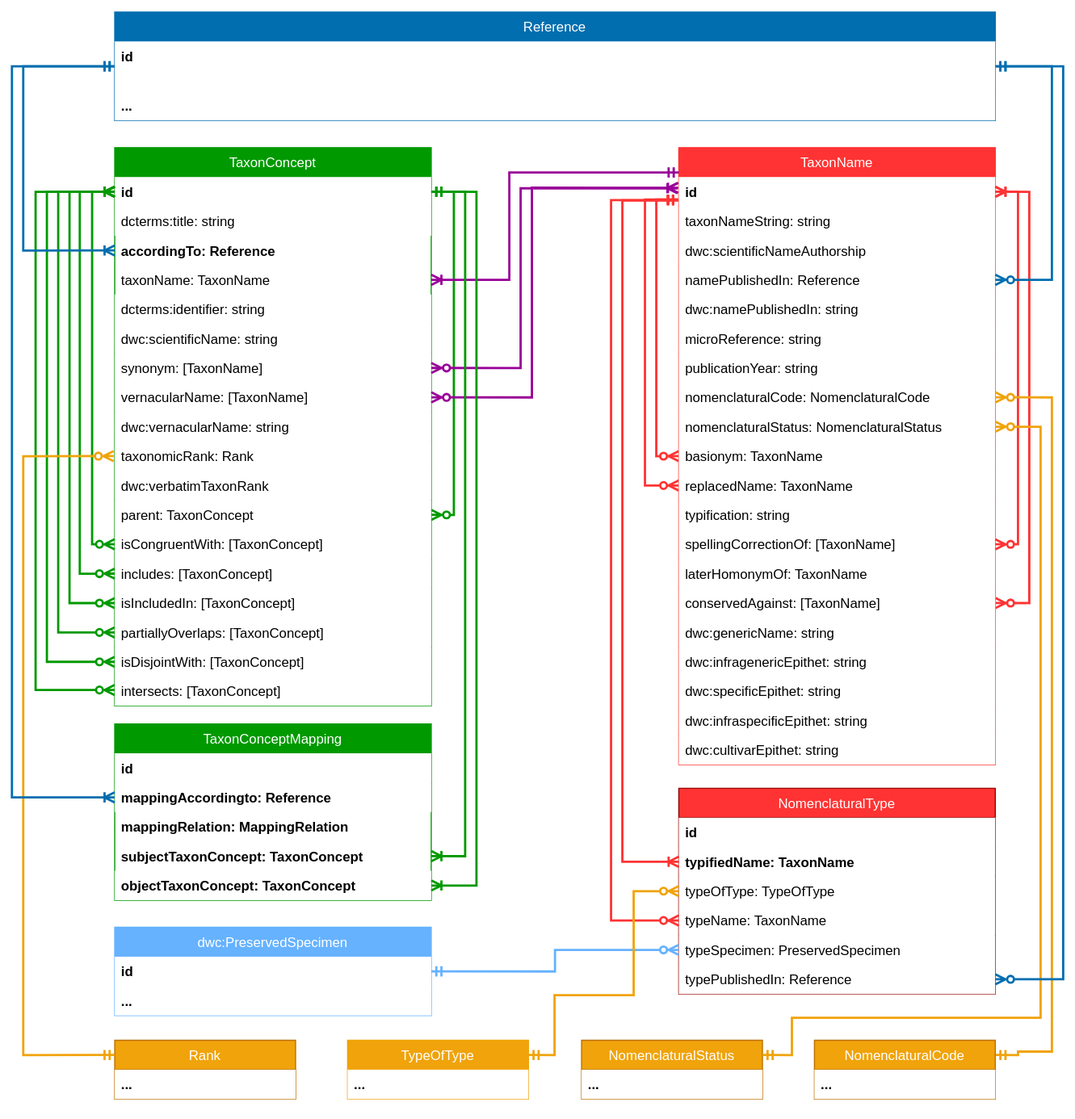
This is docs/media/tcs-diagram-20240511.drawio.svg from tdwg/tcs2, a draw.io export, as it was before one commit. Source tidied: cells renumbered, new cells last; positions are measured from the earlier drawing's top-left corner, leaving out a move shared by most shapes.
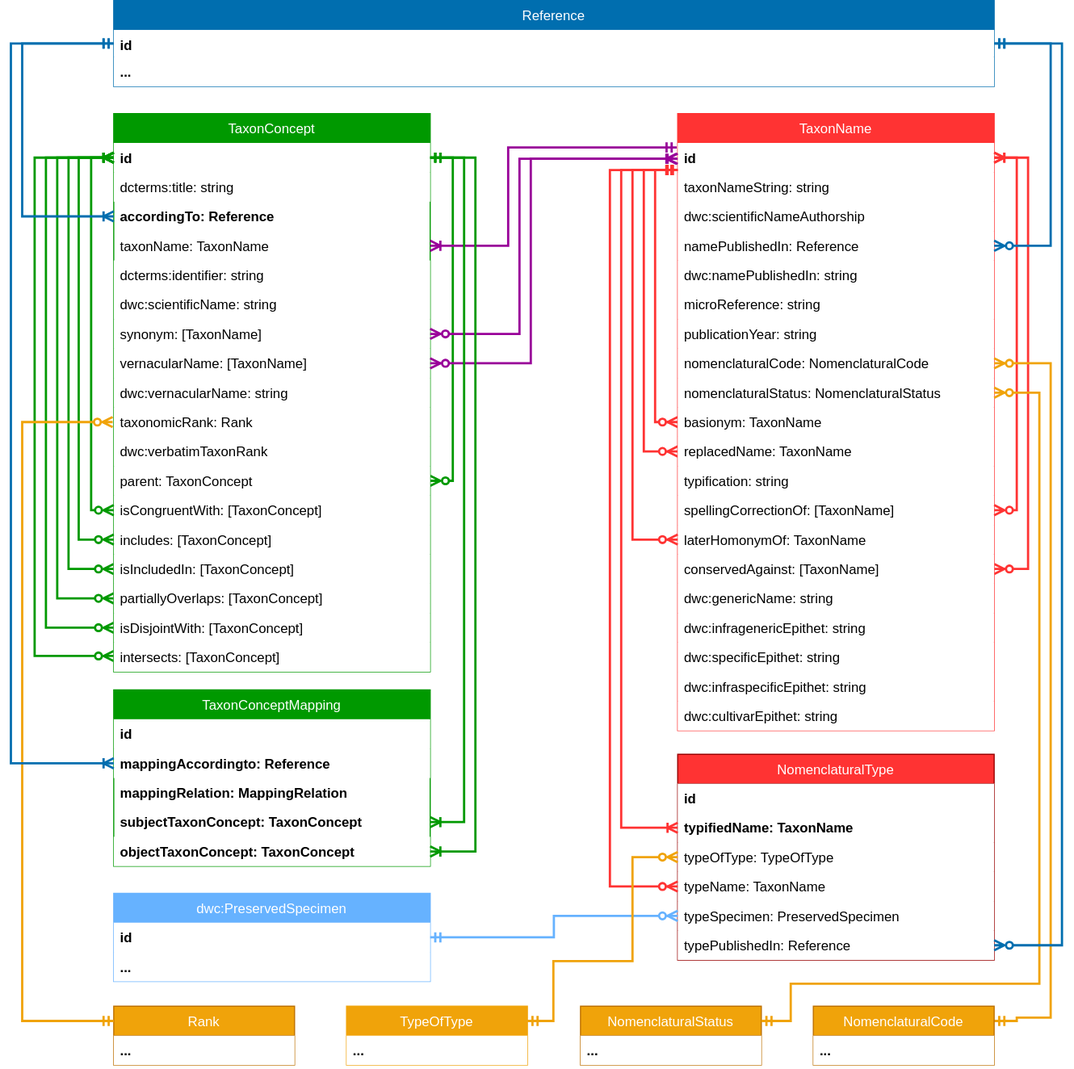
Later version of the same file.

Commit message:
update TCS diagram

What changed in the source:
```diff
@@ -145,24 +145,24 @@
     <mxCell id="37" value="nomenclaturalStatus: NomenclaturalStatus" style="text;strokeColor=none;align=left;verticalAlign=top;spacingLeft=4;spacingRight=4;overflow=hidden;points=[[0,0.5],[1,0.5]];portConstraint=eastwest;fillColor=#ffffff;" parent="28" vertex="1">
       <mxGeometry y="234" width="280" height="26" as="geometry" />
     </mxCell>
-    <mxCell id="38" style="edgeStyle=orthogonalEdgeStyle;rounded=0;jettySize=auto;html=1;entryX=-0.002;entryY=0.786;entryDx=0;entryDy=0;strokeWidth=2;strokeColor=#FF3333;startArrow=ERzeroToMany;endArrow=ERmandOne;exitX=0;exitY=0.5;exitDx=0;exitDy=0;entryPerimeter=0;" parent="28" edge="1" source="39" target="29">
+    <mxCell id="38" style="edgeStyle=orthogonalEdgeStyle;rounded=0;jettySize=auto;html=1;strokeWidth=2;strokeColor=#FF3333;startArrow=ERzeroToMany;endArrow=ERmandOne;exitX=0;exitY=0.5;exitDx=0;exitDy=0;" parent="28" edge="1" source="39">
       <mxGeometry relative="1" as="geometry">
+        <mxPoint x="-1" y="50" as="targetPoint" />
         <Array as="points">
           <mxPoint x="-20" y="273" />
-          <mxPoint x="-20" y="46" />
-          <mxPoint x="-1" y="46" />
+          <mxPoint x="-20" y="50" />
         </Array>
       </mxGeometry>
     </mxCell>
     <mxCell id="39" value="basionym: TaxonName&#10;" style="text;strokeColor=none;align=left;verticalAlign=top;spacingLeft=4;spacingRight=4;overflow=hidden;points=[[0,0.5],[1,0.5]];portConstraint=eastwest;fillColor=#ffffff;" parent="28" vertex="1">
       <mxGeometry y="260" width="280" height="26" as="geometry" />
     </mxCell>
-    <mxCell id="40" style="edgeStyle=orthogonalEdgeStyle;rounded=0;jettySize=auto;html=1;exitX=0;exitY=0.5;exitDx=0;exitDy=0;entryX=-0.002;entryY=0.762;entryDx=0;entryDy=0;strokeColor=#FF3333;strokeWidth=2;startArrow=ERzeroToMany;endArrow=ERmandOne;entryPerimeter=0;" parent="28" edge="1" source="41" target="29">
+    <mxCell id="40" style="edgeStyle=orthogonalEdgeStyle;rounded=0;jettySize=auto;html=1;exitX=0;exitY=0.5;exitDx=0;exitDy=0;strokeColor=#FF3333;strokeWidth=2;startArrow=ERzeroToMany;endArrow=ERmandOne;" parent="28" edge="1" source="41">
       <mxGeometry relative="1" as="geometry">
+        <mxPoint x="-1" y="50" as="targetPoint" />
         <Array as="points">
           <mxPoint x="-30" y="299" />
-          <mxPoint x="-30" y="46" />
-          <mxPoint x="-1" y="46" />
+          <mxPoint x="-30" y="50" />
         </Array>
       </mxGeometry>
     </mxCell>
@@ -260,12 +260,12 @@
     <mxCell id="68" value="..." style="text;strokeColor=none;align=left;verticalAlign=top;spacingLeft=4;spacingRight=4;overflow=hidden;fontStyle=1;fillColor=#ffffff;" parent="67" vertex="1">
       <mxGeometry y="26" width="160" height="26" as="geometry" />
     </mxCell>
-    <mxCell id="69" style="edgeStyle=orthogonalEdgeStyle;rounded=0;jettySize=auto;html=1;endArrow=ERmandOne;startArrow=ERoneToMany;exitX=1;exitY=0.5;exitDx=0;exitDy=0;strokeColor=#990099;strokeWidth=2;startFill=0;" parent="1" edge="1" source="6">
+    <mxCell id="69" style="edgeStyle=orthogonalEdgeStyle;rounded=0;jettySize=auto;html=1;endArrow=ERmandOne;startArrow=ERoneToMany;exitX=1;exitY=0.5;exitDx=0;exitDy=0;strokeColor=#990099;strokeWidth=2;startFill=0;entryX=-0.003;entryY=0.191;entryDx=0;entryDy=0;entryPerimeter=0;" parent="1" edge="1" source="6" target="29">
       <mxGeometry relative="1" as="geometry">
-        <mxPoint x="600" y="152" as="targetPoint" />
         <Array as="points">
           <mxPoint x="450" y="247" />
-          <mxPoint x="450" y="152" />
+          <mxPoint x="450" y="160" />
+          <mxPoint x="599" y="160" />
         </Array>
       </mxGeometry>
     </mxCell>
@@ -273,7 +273,7 @@
       <mxGeometry relative="1" as="geometry">
         <Array as="points">
           <mxPoint x="20" y="221" />
-          <mxPoint x="20" y="58" />
+          <mxPoint x="20" y="68" />
         </Array>
       </mxGeometry>
     </mxCell>
@@ -281,23 +281,25 @@
       <mxGeometry relative="1" as="geometry">
         <Array as="points">
           <mxPoint x="930" y="247" />
-          <mxPoint x="930" y="58" />
+          <mxPoint x="930" y="68" />
         </Array>
       </mxGeometry>
     </mxCell>
-    <mxCell id="72" style="edgeStyle=orthogonalEdgeStyle;rounded=0;jettySize=auto;html=1;startArrow=ERoneToMany;endArrow=ERmandOne;strokeColor=#FF3333;strokeWidth=2;exitX=0;exitY=0.5;exitDx=0;exitDy=0;entryX=-0.002;entryY=0.797;entryDx=0;entryDy=0;entryPerimeter=0;" parent="1" edge="1" source="58" target="29">
+    <mxCell id="72" style="edgeStyle=orthogonalEdgeStyle;rounded=0;jettySize=auto;html=1;startArrow=ERoneToMany;endArrow=ERmandOne;strokeColor=#FF3333;strokeWidth=2;exitX=0;exitY=0.5;exitDx=0;exitDy=0;" parent="1" edge="1" source="58">
       <mxGeometry relative="1" as="geometry">
+        <mxPoint x="600" y="180" as="targetPoint" />
         <Array as="points">
           <mxPoint x="550" y="762" />
-          <mxPoint x="550" y="177" />
+          <mxPoint x="550" y="180" />
         </Array>
       </mxGeometry>
     </mxCell>
-    <mxCell id="73" style="edgeStyle=orthogonalEdgeStyle;rounded=0;jettySize=auto;html=1;startArrow=ERzeroToMany;endArrow=ERmandOne;strokeColor=#FF3333;strokeWidth=2;exitX=0;exitY=0.5;exitDx=0;exitDy=0;entryX=-0.002;entryY=0.786;entryDx=0;entryDy=0;entryPerimeter=0;" parent="1" edge="1" source="60" target="29">
+    <mxCell id="73" style="edgeStyle=orthogonalEdgeStyle;rounded=0;jettySize=auto;html=1;startArrow=ERzeroToMany;endArrow=ERmandOne;strokeColor=#FF3333;strokeWidth=2;exitX=0;exitY=0.5;exitDx=0;exitDy=0;" parent="1" edge="1" source="60">
       <mxGeometry relative="1" as="geometry">
+        <mxPoint x="600" y="180" as="targetPoint" />
         <Array as="points">
           <mxPoint x="540" y="814" />
-          <mxPoint x="540" y="176" />
+          <mxPoint x="540" y="180" />
         </Array>
       </mxGeometry>
     </mxCell>
@@ -315,13 +317,13 @@
       </mxGeometry>
     </mxCell>
     <mxCell id="76" value="Reference" style="swimlane;fontStyle=0;horizontal=1;startSize=26;strokeWidth=1;strokeColor=#006EAF;fontColor=#ffffff;fillColor=#006EAF;" parent="1" vertex="1">
-      <mxGeometry x="101" y="10" width="779" height="96" as="geometry" />
+      <mxGeometry x="101" y="30" width="779" height="76" as="geometry" />
     </mxCell>
     <mxCell id="77" value="id" style="text;strokeColor=none;align=left;verticalAlign=top;spacingLeft=4;spacingRight=4;overflow=hidden;points=[[0,0.5],[1,0.5]];portConstraint=eastwest;fontStyle=1;fillColor=#ffffff;" parent="76" vertex="1">
-      <mxGeometry y="26" width="779" height="44" as="geometry" />
+      <mxGeometry y="26" width="779" height="24" as="geometry" />
     </mxCell>
     <mxCell id="78" value="..." style="text;strokeColor=none;align=left;verticalAlign=top;spacingLeft=4;spacingRight=4;overflow=hidden;fontStyle=1;fillColor=#ffffff;" parent="76" vertex="1">
-      <mxGeometry y="70" width="779" height="26" as="geometry" />
+      <mxGeometry y="50" width="779" height="26" as="geometry" />
     </mxCell>
     <mxCell id="79" style="edgeStyle=orthogonalEdgeStyle;rounded=0;jettySize=auto;html=1;strokeColor=#F0A30A;strokeWidth=2;exitX=1;exitY=0.5;exitDx=0;exitDy=0;startArrow=ERzeroToMany;endArrow=ERmandOne;endFill=0;entryX=1;entryY=0.25;entryDx=0;entryDy=0;" parent="1" edge="1" source="36" target="81">
       <mxGeometry relative="1" as="geometry">
@@ -349,20 +351,21 @@
     <mxCell id="82" value="..." style="text;strokeColor=none;align=left;verticalAlign=top;spacingLeft=4;spacingRight=4;overflow=hidden;fontStyle=1;fillColor=#ffffff;" parent="81" vertex="1">
       <mxGeometry y="26" width="160" height="26" as="geometry" />
     </mxCell>
-    <mxCell id="83" style="edgeStyle=orthogonalEdgeStyle;rounded=0;jettySize=auto;html=1;startArrow=ERzeroToMany;startFill=1;endArrow=ERoneToMany;endFill=0;strokeColor=#990099;strokeWidth=2;entryX=-0.002;entryY=0.366;entryDx=0;entryDy=0;exitX=1;exitY=0.5;exitDx=0;exitDy=0;entryPerimeter=0;" parent="1" edge="1" source="10" target="29">
+    <mxCell id="83" style="edgeStyle=orthogonalEdgeStyle;rounded=0;jettySize=auto;html=1;startArrow=ERzeroToMany;startFill=1;endArrow=ERoneToMany;endFill=0;strokeColor=#990099;strokeWidth=2;exitX=1;exitY=0.5;exitDx=0;exitDy=0;" parent="1" edge="1" source="10">
       <mxGeometry relative="1" as="geometry">
+        <mxPoint x="600" y="170" as="targetPoint" />
         <Array as="points">
           <mxPoint x="470" y="351" />
-          <mxPoint x="470" y="166" />
+          <mxPoint x="470" y="170" />
         </Array>
       </mxGeometry>
     </mxCell>
     <mxCell id="84" style="edgeStyle=orthogonalEdgeStyle;rounded=0;jettySize=auto;html=1;exitX=1;exitY=0.5;exitDx=0;exitDy=0;startArrow=ERzeroToMany;startFill=1;endArrow=ERoneToMany;endFill=0;strokeColor=#990099;strokeWidth=2;" parent="1" edge="1" source="9">
       <mxGeometry relative="1" as="geometry">
-        <mxPoint x="599" y="166" as="targetPoint" />
+        <mxPoint x="599" y="170" as="targetPoint" />
         <Array as="points">
           <mxPoint x="460" y="325" />
-          <mxPoint x="460" y="166" />
+          <mxPoint x="460" y="170" />
         </Array>
       </mxGeometry>
     </mxCell>
@@ -413,7 +416,7 @@
       <mxGeometry relative="1" as="geometry">
         <Array as="points">
           <mxPoint x="10" y="705" />
-          <mxPoint x="10" y="58" />
+          <mxPoint x="10" y="68" />
         </Array>
       </mxGeometry>
     </mxCell>
@@ -421,12 +424,18 @@
       <mxGeometry relative="1" as="geometry">
         <Array as="points">
           <mxPoint x="940" y="866" />
-          <mxPoint x="940" y="58" />
+          <mxPoint x="940" y="68" />
         </Array>
       </mxGeometry>
     </mxCell>
-    <mxCell id="96" style="rounded=0;whiteSpace=wrap;html=1;fillColor=none;strokeColor=none;" parent="1" vertex="1">
-      <mxGeometry width="950" height="990" as="geometry" />
-    </mxCell>
+    <mxCell id="97" style="edgeStyle=orthogonalEdgeStyle;rounded=0;jettySize=auto;html=1;strokeWidth=2;strokeColor=#FF3333;startArrow=ERzeroToMany;endArrow=ERmandOne;exitX=0;exitY=0.5;exitDx=0;exitDy=0;" parent="1" edge="1" source="45">
+      <mxGeometry relative="1" as="geometry">
+        <mxPoint x="600" y="180" as="targetPoint" />
+        <Array as="points">
+          <mxPoint x="560" y="507" />
+          <mxPoint x="560" y="180" />
+        </Array>
+      </mxGeometry>
+    </mxCell>
   </root>
 </mxGraphModel>
```
